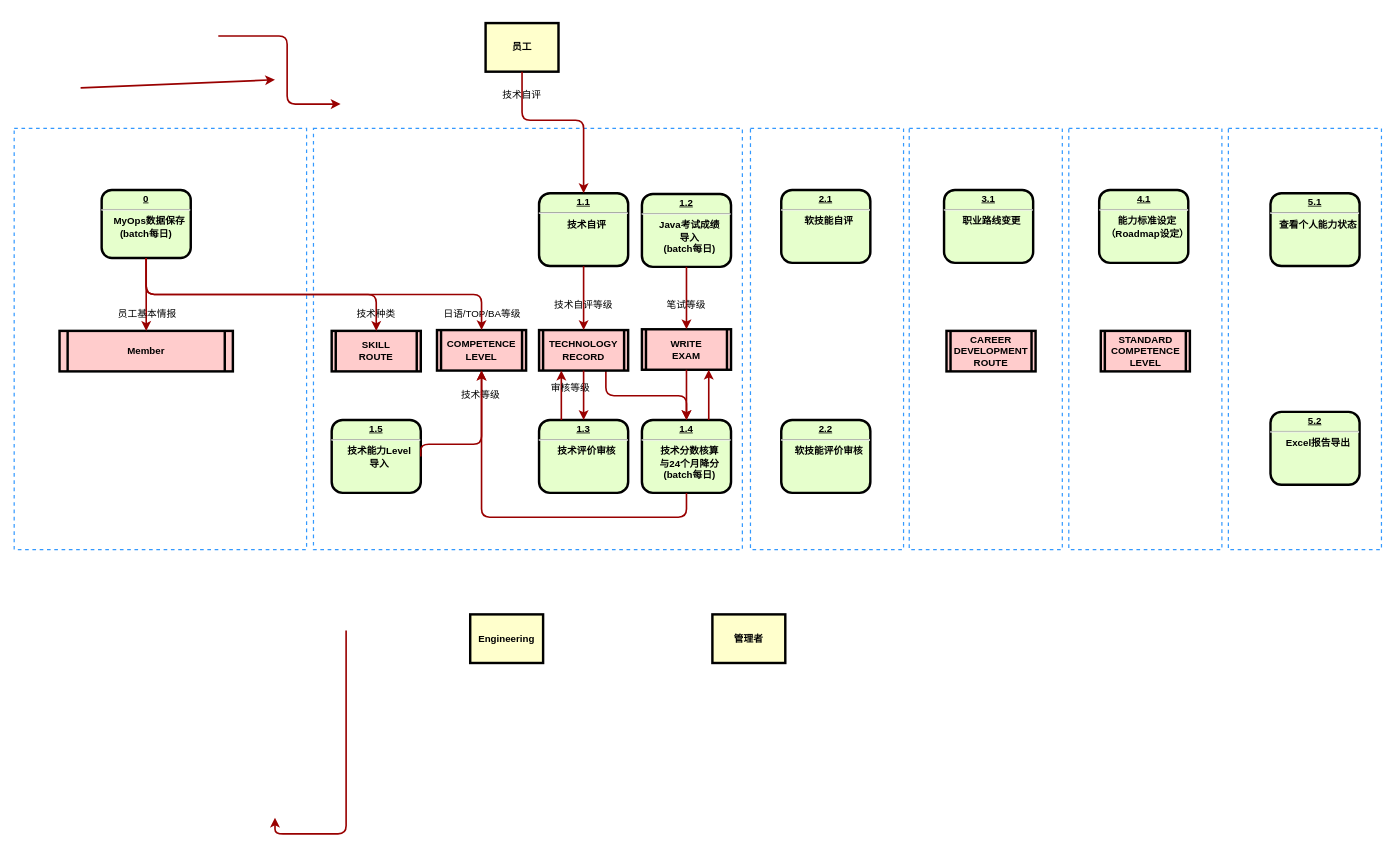
The draw.io diagram src/main/名称未設定ファイル.drawio in danferj/java_learn, before the edit. Source tidied: cells renumbered, new cells numbered last; positions are measured from the earlier drawing's top-left corner, leaving out a move shared by most shapes. Both pictures are drawn from the tidied source at 81%, with x=0, y=0 at pixel (14, 23).
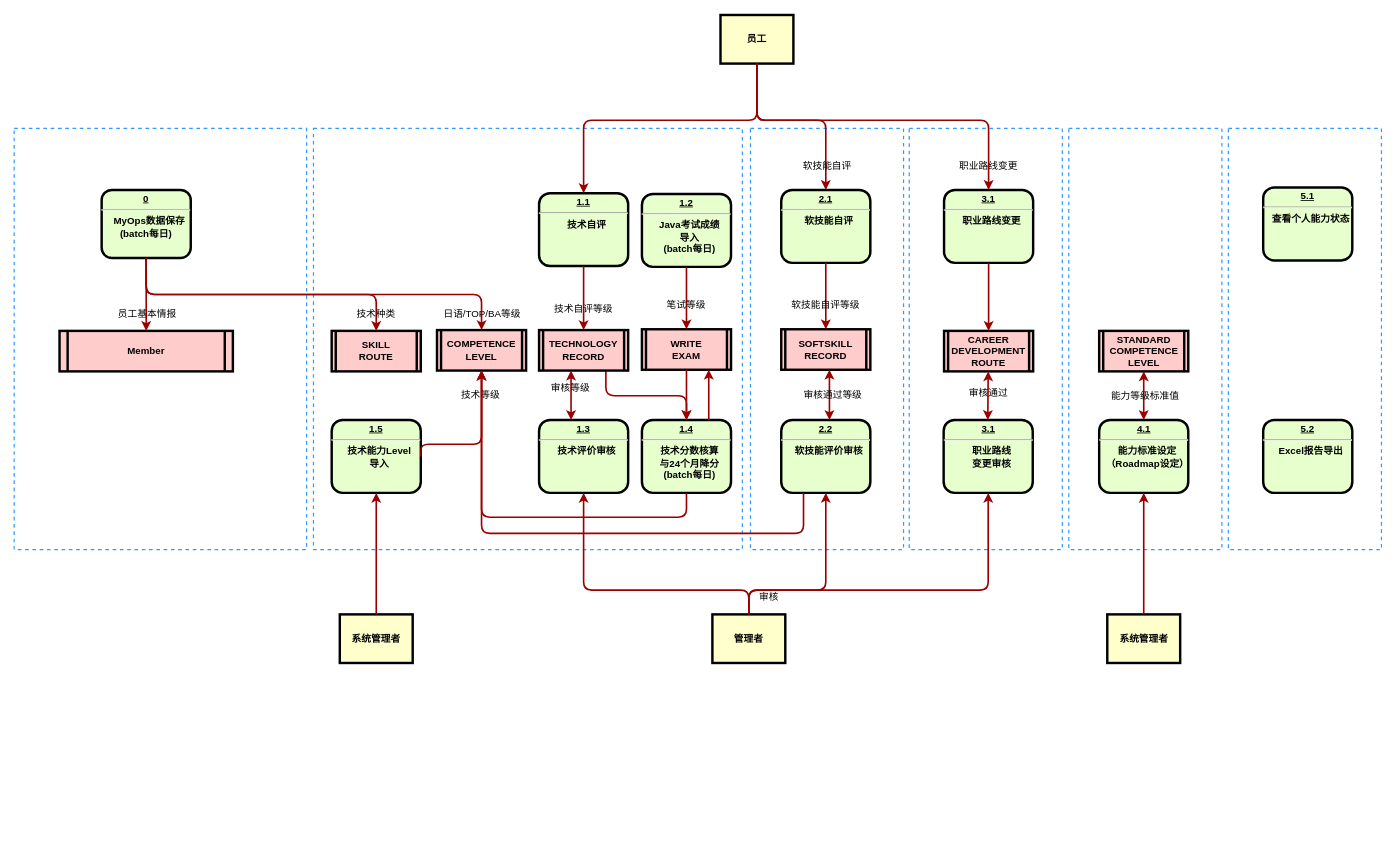
The same page after the edit.

Commit message (it also covers changes not shown here):
名称未設定ファイル.drawio を更新します

Unchanged cells that the change refers to:
```xml
<mxCell id="14" value="管理者" style="whiteSpace=wrap;align=center;verticalAlign=middle;fontStyle=1;strokeWidth=3;fillColor=#FFFFCC;" parent="1" vertex="1">
  <mxGeometry x="862" y="730" width="90" height="60" as="geometry" />
</mxCell>
<mxCell id="20" value="COMPETENCE&#10;LEVEL" style="shape=process;whiteSpace=wrap;align=center;verticalAlign=middle;size=0.0475;fontStyle=1;strokeWidth=3;fillColor=#FFCCCC;" parent="1" vertex="1">
  <mxGeometry x="522" y="379" width="110" height="50" as="geometry" />
</mxCell>
<mxCell id="28" value="&lt;p style=&quot;margin: 0px; margin-top: 4px; text-align: center; text-decoration: underline;&quot;&gt;1.3&lt;/p&gt;&lt;hr&gt;&lt;p style=&quot;margin: 0px; margin-left: 8px;&quot;&gt;技术评价审核&lt;/p&gt;" style="verticalAlign=middle;align=center;overflow=fill;fontSize=12;fontFamily=Helvetica;html=1;rounded=1;fontStyle=1;strokeWidth=3;fillColor=#E6FFCC;" parent="1" vertex="1">
  <mxGeometry x="648" y="490" width="110" height="90" as="geometry" />
</mxCell>
<mxCell id="30" value="&lt;p style=&quot;margin: 0px; margin-top: 4px; text-align: center; text-decoration: underline;&quot;&gt;&lt;strong&gt;2.2&lt;/strong&gt;&lt;/p&gt;&lt;hr&gt;&lt;p style=&quot;margin: 0px; margin-left: 8px;&quot;&gt;软技能评价审核&lt;/p&gt;" style="verticalAlign=middle;align=center;overflow=fill;fontSize=12;fontFamily=Helvetica;html=1;rounded=1;fontStyle=1;strokeWidth=3;fillColor=#E6FFCC;" parent="1" vertex="1">
  <mxGeometry x="947" y="490" width="110" height="90" as="geometry" />
</mxCell>
<mxCell id="31" value="&lt;p style=&quot;margin: 0px; margin-top: 4px; text-align: center; text-decoration: underline;&quot;&gt;&lt;strong&gt;2.1&lt;/strong&gt;&lt;/p&gt;&lt;hr&gt;&lt;p style=&quot;margin: 0px; margin-left: 8px;&quot;&gt;软技能自评&lt;/p&gt;" style="verticalAlign=middle;align=center;overflow=fill;fontSize=12;fontFamily=Helvetica;html=1;rounded=1;fontStyle=1;strokeWidth=3;fillColor=#E6FFCC;" parent="1" vertex="1">
  <mxGeometry x="947" y="206" width="110" height="90" as="geometry" />
</mxCell>
<mxCell id="32" value="&lt;p style=&quot;margin: 0px; margin-top: 4px; text-align: center; text-decoration: underline;&quot;&gt;1.5&lt;/p&gt;&lt;hr&gt;&lt;p style=&quot;margin: 0px; margin-left: 8px;&quot;&gt;技术能力Level&lt;/p&gt;&lt;p style=&quot;margin: 0px; margin-left: 8px;&quot;&gt;导入&lt;/p&gt;" style="verticalAlign=middle;align=center;overflow=fill;fontSize=12;fontFamily=Helvetica;html=1;rounded=1;fontStyle=1;strokeWidth=3;fillColor=#E6FFCC;" parent="1" vertex="1">
  <mxGeometry x="392" y="490" width="110" height="90" as="geometry" />
</mxCell>
<mxCell id="33" value="&lt;p style=&quot;margin: 0px; margin-top: 4px; text-align: center; text-decoration: underline;&quot;&gt;&lt;strong&gt;3.1&lt;/strong&gt;&lt;/p&gt;&lt;hr&gt;&lt;p style=&quot;margin: 0px; margin-left: 8px;&quot;&gt;职业路线变更&lt;/p&gt;" style="verticalAlign=middle;align=center;overflow=fill;fontSize=12;fontFamily=Helvetica;html=1;rounded=1;fontStyle=1;strokeWidth=3;fillColor=#E6FFCC;" parent="1" vertex="1">
  <mxGeometry x="1148" y="206" width="110" height="90" as="geometry" />
</mxCell>
<mxCell id="41" value="TECHNOLOGY&#10;RECORD" style="shape=process;whiteSpace=wrap;align=center;verticalAlign=middle;size=0.0475;fontStyle=1;strokeWidth=3;fillColor=#FFCCCC;" parent="1" vertex="1">
  <mxGeometry x="648" y="379" width="110" height="50" as="geometry" />
</mxCell>
```

The edit, as a diff of the source:
```diff
@@
+    <mxCell id="4" style="rounded=0;whiteSpace=wrap;html=1;fillColor=none;dashed=1;strokeColor=#3399FF;strokeWidth=1.5;align=left;" parent="1" vertex="1">
+      <mxGeometry x="1105" y="130" width="189" height="520" as="geometry" />
+    </mxCell>
@@
-    <mxCell id="4" style="rounded=0;whiteSpace=wrap;html=1;fillColor=none;dashed=1;strokeColor=#3399FF;strokeWidth=1.5;align=left;" parent="1" vertex="1">
-      <mxGeometry x="1105" y="130" width="189" height="520" as="geometry" />
-    </mxCell>
@@
     <mxCell id="9" value="员工" style="whiteSpace=wrap;align=center;verticalAlign=middle;fontStyle=1;strokeWidth=3;fillColor=#FFFFCC;" parent="1" vertex="1">
-      <mxGeometry x="582" width="90" height="60" as="geometry" />
+      <mxGeometry x="872" y="-10" width="90" height="60" as="geometry" />
     </mxCell>
@@
-    <mxCell id="15" value="Engineering" style="whiteSpace=wrap;align=center;verticalAlign=middle;fontStyle=1;strokeWidth=3;fillColor=#FFFFCC;" parent="1" vertex="1">
-      <mxGeometry x="563" y="730" width="90" height="60" as="geometry" />
-    </mxCell>
-    <mxCell id="16" style="edgeStyle=none;noEdgeStyle=1;strokeColor=#990000;strokeWidth=2;" parent="1" edge="1">
-      <mxGeometry relative="1" as="geometry">
-        <mxPoint x="82" y="80" as="sourcePoint" />
-        <mxPoint x="322" y="70" as="targetPoint" />
-      </mxGeometry>
-    </mxCell>
@@
-    <mxCell id="18" style="edgeStyle=elbowEdgeStyle;elbow=horizontal;strokeColor=#990000;strokeWidth=2;exitX=0.5;exitY=1;exitDx=0;exitDy=0;entryX=0.5;entryY=0;entryDx=0;entryDy=0;" parent="1" edge="1">
-      <mxGeometry relative="1" as="geometry">
-        <mxPoint x="252" y="16" as="sourcePoint" />
-        <mxPoint x="403" y="100" as="targetPoint" />
-        <Array as="points">
-          <mxPoint x="337" y="60" />
-        </Array>
-      </mxGeometry>
-    </mxCell>
@@
     <mxCell id="29" value="&lt;p style=&quot;margin: 0px; margin-top: 4px; text-align: center; text-decoration: underline;&quot;&gt;&lt;strong&gt;5.2&lt;/strong&gt;&lt;/p&gt;&lt;hr&gt;&lt;p style=&quot;margin: 0px; margin-left: 8px;&quot;&gt;Excel报告导出&lt;/p&gt;" style="verticalAlign=middle;align=center;overflow=fill;fontSize=12;fontFamily=Helvetica;html=1;rounded=1;fontStyle=1;strokeWidth=3;fillColor=#E6FFCC;" parent="1" vertex="1">
-      <mxGeometry x="1551" y="480" width="110" height="90" as="geometry" />
+      <mxGeometry x="1542" y="490" width="110" height="90" as="geometry" />
     </mxCell>
@@
     <mxCell id="34" value="&lt;p style=&quot;margin: 0px; margin-top: 4px; text-align: center; text-decoration: underline;&quot;&gt;&lt;strong&gt;4.1&lt;/strong&gt;&lt;/p&gt;&lt;hr&gt;&lt;p style=&quot;margin: 0px; margin-left: 8px;&quot;&gt;能力标准设定&lt;/p&gt;&lt;p style=&quot;margin: 0px; margin-left: 8px;&quot;&gt;（Roadmap设定）&lt;/p&gt;" style="verticalAlign=middle;align=center;overflow=fill;fontSize=12;fontFamily=Helvetica;html=1;rounded=1;fontStyle=1;strokeWidth=3;fillColor=#E6FFCC;" parent="1" vertex="1">
-      <mxGeometry x="1339.5" y="206" width="110" height="90" as="geometry" />
+      <mxGeometry x="1339.5" y="490" width="110" height="90" as="geometry" />
     </mxCell>
     <mxCell id="35" value="&lt;p style=&quot;margin: 0px; margin-top: 4px; text-align: center; text-decoration: underline;&quot;&gt;&lt;strong&gt;5.1&lt;/strong&gt;&lt;/p&gt;&lt;hr&gt;&lt;p style=&quot;margin: 0px; margin-left: 8px;&quot;&gt;查看个人能力状态&lt;/p&gt;" style="verticalAlign=middle;align=center;overflow=fill;fontSize=12;fontFamily=Helvetica;html=1;rounded=1;fontStyle=1;strokeWidth=3;fillColor=#E6FFCC;" parent="1" vertex="1">
-      <mxGeometry x="1551" y="210" width="110" height="90" as="geometry" />
+      <mxGeometry x="1542" y="203" width="110" height="90" as="geometry" />
     </mxCell>
@@
     <mxCell id="37" value="CAREER&#10;DEVELOPMENT&#10;ROUTE" style="shape=process;whiteSpace=wrap;align=center;verticalAlign=middle;size=0.0475;fontStyle=1;strokeWidth=3;fillColor=#FFCCCC;" parent="1" vertex="1">
-      <mxGeometry x="1151" y="380" width="110" height="50" as="geometry" />
+      <mxGeometry x="1148" y="380" width="110" height="50" as="geometry" />
     </mxCell>
     <mxCell id="38" value="STANDARD&#10;COMPETENCE&#10;LEVEL" style="shape=process;whiteSpace=wrap;align=center;verticalAlign=middle;size=0.0475;fontStyle=1;strokeWidth=3;fillColor=#FFCCCC;" parent="1" vertex="1">
-      <mxGeometry x="1341.5" y="380" width="110" height="50" as="geometry" />
+      <mxGeometry x="1339.5" y="380" width="110" height="50" as="geometry" />
     </mxCell>
@@
-    <mxCell id="43" style="edgeStyle=elbowEdgeStyle;elbow=vertical;strokeColor=#990000;strokeWidth=2;exitX=0.5;exitY=1;exitDx=0;exitDy=0;entryX=0.471;entryY=1;entryDx=0;entryDy=0;entryPerimeter=0;" parent="1" edge="1">
-      <mxGeometry relative="1" as="geometry">
-        <mxPoint x="409.8" y="750" as="sourcePoint" />
-        <mxPoint x="322" y="981" as="targetPoint" />
-        <Array as="points">
-          <mxPoint x="228.8" y="1001" />
-          <mxPoint x="378.8" y="962" />
-        </Array>
-      </mxGeometry>
-    </mxCell>
-    <mxCell id="44" style="edgeStyle=none;noEdgeStyle=1;strokeColor=#990000;strokeWidth=2;exitX=0.75;exitY=1;exitDx=0;exitDy=0;entryX=0.75;entryY=0;entryDx=0;entryDy=0;" parent="1" edge="1">
-      <mxGeometry relative="1" as="geometry">
-        <mxPoint x="703" y="429" as="sourcePoint" />
-        <mxPoint x="703" y="490" as="targetPoint" />
-      </mxGeometry>
-    </mxCell>
-    <mxCell id="45" style="edgeStyle=none;noEdgeStyle=1;strokeColor=#990000;strokeWidth=2;exitX=0.25;exitY=0;exitDx=0;exitDy=0;entryX=0.25;entryY=1;entryDx=0;entryDy=0;" parent="1" edge="1" source="28" target="41">
-      <mxGeometry relative="1" as="geometry" />
+    <mxCell id="45" style="edgeStyle=none;noEdgeStyle=1;strokeColor=#990000;strokeWidth=2;exitX=0.25;exitY=0;exitDx=0;exitDy=0;entryX=0.25;entryY=1;entryDx=0;entryDy=0;startArrow=classic;startFill=1;" parent="1" edge="1">
+      <mxGeometry relative="1" as="geometry">
+        <mxPoint x="687.5" y="490" as="sourcePoint" />
+        <mxPoint x="687.5" y="429" as="targetPoint" />
+      </mxGeometry>
     </mxCell>
@@
     <mxCell id="50" value="技术自评等级" style="text;spacingTop=-5;align=center;" parent="1" vertex="1">
-      <mxGeometry x="688" y="339" width="30" height="20" as="geometry" />
+      <mxGeometry x="688" y="344" width="30" height="20" as="geometry" />
     </mxCell>
@@
+    <mxCell id="55" value="SOFTSKILL&#10;RECORD" style="shape=process;whiteSpace=wrap;align=center;verticalAlign=middle;size=0.0475;fontStyle=1;strokeWidth=3;fillColor=#FFCCCC;" parent="1" vertex="1">
+      <mxGeometry x="947" y="378" width="110" height="50" as="geometry" />
+    </mxCell>
+    <mxCell id="56" style="edgeStyle=none;noEdgeStyle=1;strokeColor=#990000;strokeWidth=2;exitX=0.5;exitY=1;exitDx=0;exitDy=0;" parent="1" edge="1" source="31" target="55">
+      <mxGeometry relative="1" as="geometry" />
+    </mxCell>
+    <mxCell id="57" value="软技能自评等级" style="text;spacingTop=-5;align=center;" parent="1" vertex="1">
+      <mxGeometry x="987" y="339" width="30" height="20" as="geometry" />
+    </mxCell>
+    <mxCell id="58" style="edgeStyle=elbowEdgeStyle;elbow=vertical;strokeColor=#990000;strokeWidth=2;exitX=0.5;exitY=1;exitDx=0;exitDy=0;" parent="1" edge="1" source="9" target="31">
+      <mxGeometry relative="1" as="geometry">
+        <Array as="points">
+          <mxPoint x="922" y="120" />
+        </Array>
+      </mxGeometry>
+    </mxCell>
+    <mxCell id="59" value="软技能自评" style="text;spacingTop=-5;align=center;" parent="1" vertex="1">
+      <mxGeometry x="989" y="168" width="30" height="20" as="geometry" />
+    </mxCell>
+    <mxCell id="60" style="edgeStyle=elbowEdgeStyle;elbow=vertical;strokeColor=#990000;strokeWidth=2;exitX=0.5;exitY=1;exitDx=0;exitDy=0;entryX=0.5;entryY=0;entryDx=0;entryDy=0;" parent="1" edge="1" source="9" target="33">
+      <mxGeometry relative="1" as="geometry">
+        <Array as="points">
+          <mxPoint x="922" y="120" />
+        </Array>
+      </mxGeometry>
+    </mxCell>
+    <mxCell id="61" value="职业路线变更" style="text;spacingTop=-5;align=center;" parent="1" vertex="1">
+      <mxGeometry x="1188" y="168" width="30" height="20" as="geometry" />
+    </mxCell>
+    <mxCell id="62" style="edgeStyle=none;noEdgeStyle=1;strokeColor=#990000;strokeWidth=2;exitX=0.5;exitY=1;exitDx=0;exitDy=0;entryX=0.5;entryY=0;entryDx=0;entryDy=0;" parent="1" edge="1" source="33" target="37">
+      <mxGeometry relative="1" as="geometry" />
+    </mxCell>
+    <mxCell id="63" value="&lt;p style=&quot;margin: 0px; margin-top: 4px; text-align: center; text-decoration: underline;&quot;&gt;&lt;strong&gt;3.1&lt;/strong&gt;&lt;/p&gt;&lt;hr&gt;&lt;p style=&quot;margin: 0px; margin-left: 8px;&quot;&gt;职业路线&lt;/p&gt;&lt;p style=&quot;margin: 0px; margin-left: 8px;&quot;&gt;变更审核&lt;/p&gt;" style="verticalAlign=middle;align=center;overflow=fill;fontSize=12;fontFamily=Helvetica;html=1;rounded=1;fontStyle=1;strokeWidth=3;fillColor=#E6FFCC;" parent="1" vertex="1">
+      <mxGeometry x="1147.5" y="490" width="110" height="90" as="geometry" />
+    </mxCell>
+    <mxCell id="64" style="edgeStyle=elbowEdgeStyle;elbow=vertical;strokeColor=#990000;strokeWidth=2;exitX=0.5;exitY=0;exitDx=0;exitDy=0;entryX=0.5;entryY=1;entryDx=0;entryDy=0;" parent="1" edge="1" source="14" target="28">
+      <mxGeometry relative="1" as="geometry">
+        <Array as="points">
+          <mxPoint x="762" y="700" />
+        </Array>
+      </mxGeometry>
+    </mxCell>
+    <mxCell id="65" style="edgeStyle=elbowEdgeStyle;elbow=vertical;strokeColor=#990000;strokeWidth=2;exitX=0.5;exitY=0;exitDx=0;exitDy=0;entryX=0.5;entryY=1;entryDx=0;entryDy=0;" parent="1" edge="1" source="14" target="30">
+      <mxGeometry relative="1" as="geometry">
+        <Array as="points">
+          <mxPoint x="1002" y="700" />
+          <mxPoint x="762" y="700" />
+        </Array>
+      </mxGeometry>
+    </mxCell>
+    <mxCell id="66" style="edgeStyle=elbowEdgeStyle;elbow=vertical;strokeColor=#990000;strokeWidth=2;entryX=0.5;entryY=1;entryDx=0;entryDy=0;exitX=0.5;exitY=0;exitDx=0;exitDy=0;" parent="1" edge="1" source="14" target="63">
+      <mxGeometry relative="1" as="geometry">
+        <Array as="points">
+          <mxPoint x="1082" y="700" />
+          <mxPoint x="762" y="700" />
+        </Array>
+      </mxGeometry>
+    </mxCell>
+    <mxCell id="67" value="系统管理者" style="whiteSpace=wrap;align=center;verticalAlign=middle;fontStyle=1;strokeWidth=3;fillColor=#FFFFCC;" parent="1" vertex="1">
+      <mxGeometry x="1349.5" y="730" width="90" height="60" as="geometry" />
+    </mxCell>
+    <mxCell id="68" value="系统管理者" style="whiteSpace=wrap;align=center;verticalAlign=middle;fontStyle=1;strokeWidth=3;fillColor=#FFFFCC;" parent="1" vertex="1">
+      <mxGeometry x="402" y="730" width="90" height="60" as="geometry" />
+    </mxCell>
+    <mxCell id="69" style="edgeStyle=none;noEdgeStyle=1;strokeColor=#990000;strokeWidth=2;exitX=0.5;exitY=0;exitDx=0;exitDy=0;entryX=0.5;entryY=1;entryDx=0;entryDy=0;" parent="1" edge="1" source="68" target="32">
+      <mxGeometry relative="1" as="geometry" />
+    </mxCell>
+    <mxCell id="70" style="edgeStyle=none;noEdgeStyle=1;strokeColor=#990000;strokeWidth=2;exitX=0.5;exitY=0;exitDx=0;exitDy=0;entryX=0.5;entryY=1;entryDx=0;entryDy=0;" parent="1" edge="1" source="67" target="34">
+      <mxGeometry relative="1" as="geometry" />
+    </mxCell>
+    <mxCell id="71" style="edgeStyle=none;noEdgeStyle=1;strokeColor=#990000;strokeWidth=2;entryX=0.5;entryY=1;entryDx=0;entryDy=0;startArrow=classic;startFill=1;" parent="1" edge="1" source="34" target="38">
+      <mxGeometry relative="1" as="geometry" />
+    </mxCell>
+    <mxCell id="72" style="edgeStyle=none;noEdgeStyle=1;strokeColor=#990000;strokeWidth=2;exitX=0.75;exitY=0;exitDx=0;exitDy=0;entryX=0.75;entryY=1;entryDx=0;entryDy=0;startArrow=classic;startFill=1;" parent="1" edge="1">
+      <mxGeometry relative="1" as="geometry">
+        <mxPoint x="1006.5" y="490" as="sourcePoint" />
+        <mxPoint x="1006.5" y="428" as="targetPoint" />
+      </mxGeometry>
+    </mxCell>
+    <mxCell id="73" value="审核通过等级" style="text;spacingTop=-5;align=center;" parent="1" vertex="1">
+      <mxGeometry x="996" y="450" width="30" height="20" as="geometry" />
+    </mxCell>
+    <mxCell id="74" style="edgeStyle=none;noEdgeStyle=1;strokeColor=#990000;strokeWidth=2;exitX=0.25;exitY=1;exitDx=0;exitDy=0;entryX=0.25;entryY=0;entryDx=0;entryDy=0;startArrow=classic;startFill=1;" parent="1" edge="1">
+      <mxGeometry relative="1" as="geometry">
+        <mxPoint x="1202.5" y="430" as="sourcePoint" />
+        <mxPoint x="1202" y="490" as="targetPoint" />
+      </mxGeometry>
+    </mxCell>
-    <mxCell id="54" value="技术自评" style="text;spacingTop=-5;align=center;" parent="1" vertex="1">
-      <mxGeometry x="612" y="80" width="30" height="20" as="geometry" />
+    <mxCell id="54" value="审核" style="text;spacingTop=-5;align=center;" parent="1" vertex="1">
+      <mxGeometry x="917" y="700" width="30" height="20" as="geometry" />
     </mxCell>
+    <mxCell id="75" value="审核通过" style="text;spacingTop=-5;align=center;" parent="1" vertex="1">
+      <mxGeometry x="1188" y="448" width="30" height="20" as="geometry" />
+    </mxCell>
+    <mxCell id="76" value="能力等级标准值" style="text;spacingTop=-5;align=center;" parent="1" vertex="1">
+      <mxGeometry x="1381.5" y="452" width="30" height="20" as="geometry" />
+    </mxCell>
+    <mxCell id="77" style="edgeStyle=elbowEdgeStyle;elbow=horizontal;strokeColor=#990000;strokeWidth=2;exitX=0.25;exitY=1;exitDx=0;exitDy=0;entryX=0.5;entryY=1;entryDx=0;entryDy=0;" parent="1" edge="1" source="30" target="20">
+      <mxGeometry relative="1" as="geometry">
+        <Array as="points">
+          <mxPoint x="802" y="630" />
+        </Array>
+      </mxGeometry>
+    </mxCell>
```
